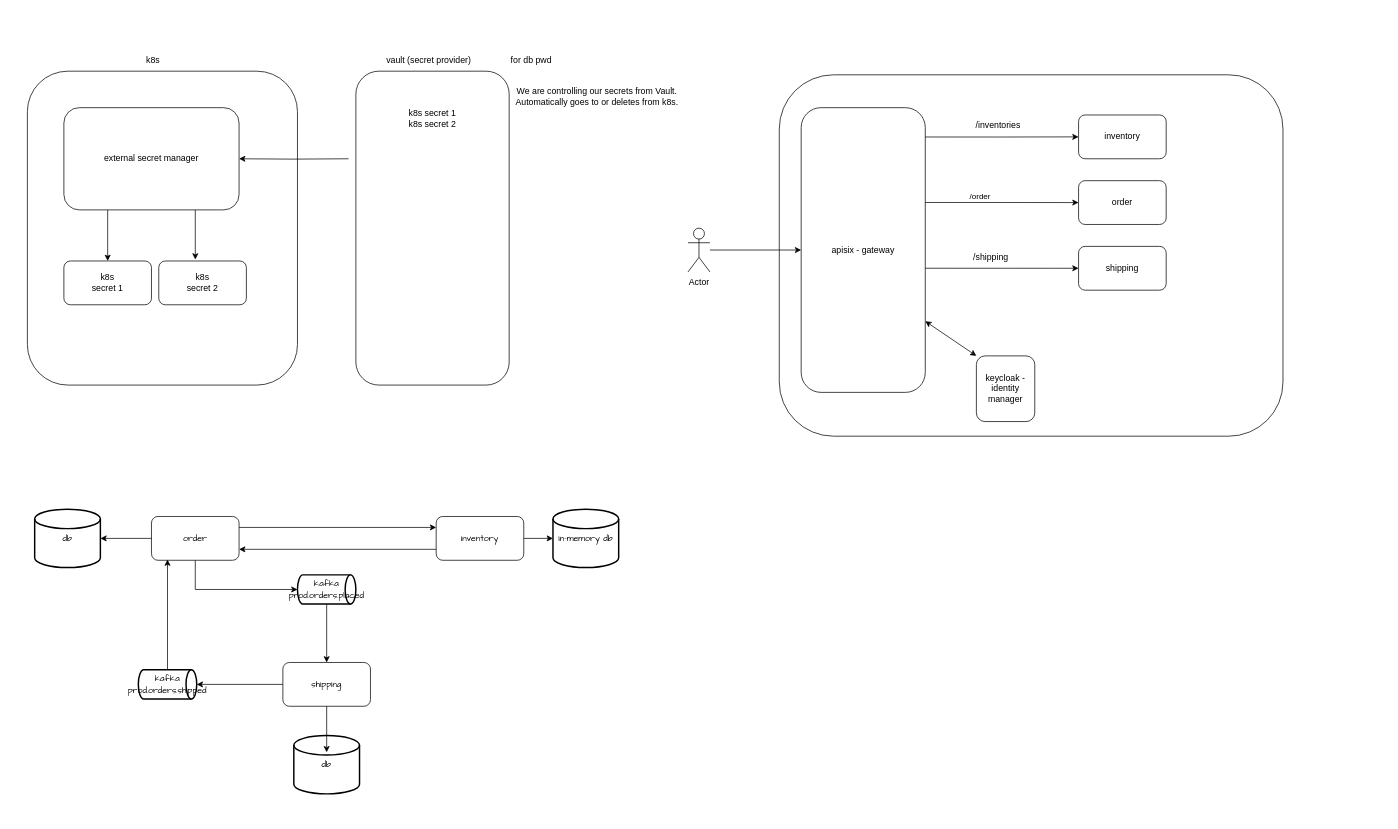
This is arch.drawio from anilbolat/spring-boot-microservices, a draw.io file, before an edit. Source tidied: cells renumbered, new cells numbered last; positions are measured from the earlier drawing's top-left corner, leaving out a move shared by most shapes. Both pictures are drawn from the tidied source at 73%, with x=0, y=0 at pixel (27, 49).
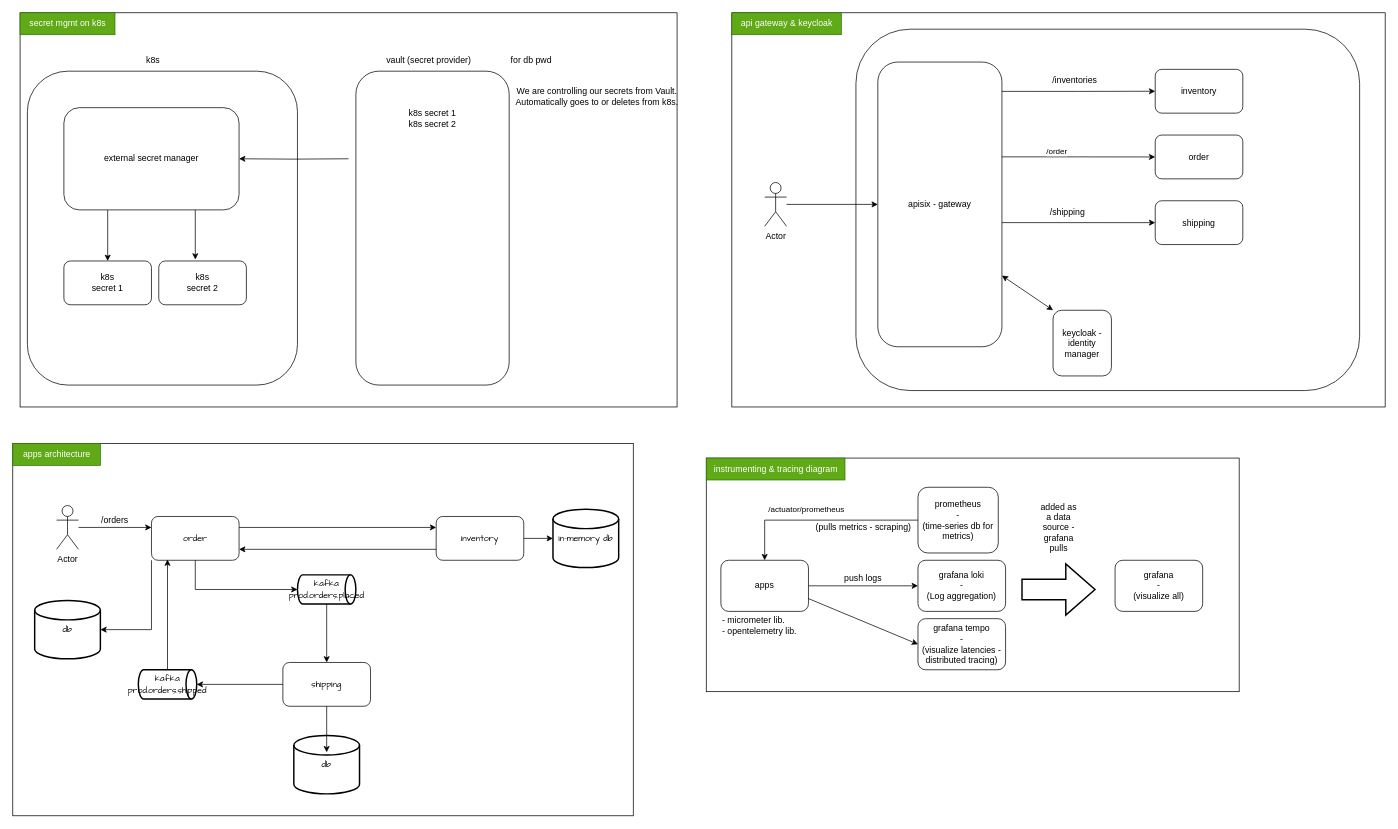
Above is the later version.

The change refers to these unchanged cells:
```xml
<mxCell id="3" value="&lt;font face=&quot;Comic Sans MS&quot;&gt;order&lt;/font&gt;" style="rounded=1;whiteSpace=wrap;html=1;" parent="1" vertex="1">
  <mxGeometry x="170" y="640" width="120" height="60" as="geometry" />
</mxCell>
```

Change to the diagram source:
```diff
@@
+    <mxCell id="47" style="rounded=0;whiteSpace=wrap;html=1;fillColor=none;gradientColor=none;" parent="1" vertex="1">
+      <mxGeometry x="-20" y="540" width="850" height="510" as="geometry" />
+    </mxCell>
+    <mxCell id="48" style="rounded=0;whiteSpace=wrap;html=1;fillColor=none;gradientColor=none;" parent="1" vertex="1">
+      <mxGeometry x="930" y="560" width="730" height="320" as="geometry" />
+    </mxCell>
+    <mxCell id="49" style="rounded=0;whiteSpace=wrap;html=1;fillColor=none;gradientColor=none;" parent="1" vertex="1">
+      <mxGeometry x="965" y="-50" width="895" height="540" as="geometry" />
+    </mxCell>
+    <mxCell id="50" style="rounded=0;whiteSpace=wrap;html=1;fillColor=none;gradientColor=none;" parent="1" vertex="1">
+      <mxGeometry x="-10" y="-50" width="900" height="540" as="geometry" />
+    </mxCell>
@@
     <mxCell id="11" value="&lt;font face=&quot;Comic Sans MS&quot;&gt;db&lt;br&gt;&lt;/font&gt;" style="strokeWidth=2;html=1;shape=mxgraph.flowchart.database;whiteSpace=wrap;" parent="1" vertex="1">
-      <mxGeometry x="10" y="630" width="90" height="80" as="geometry" />
+      <mxGeometry x="10" y="755" width="90" height="80" as="geometry" />
     </mxCell>
-    <mxCell id="12" style="edgeStyle=orthogonalEdgeStyle;rounded=0;jettySize=auto;html=1;entryX=1;entryY=0.5;entryDx=0;entryDy=0;entryPerimeter=0;" parent="1" edge="1" source="3" target="11">
+    <mxCell id="12" style="edgeStyle=orthogonalEdgeStyle;rounded=0;jettySize=auto;html=1;entryX=1;entryY=0.5;entryDx=0;entryDy=0;entryPerimeter=0;exitX=0;exitY=1;exitDx=0;exitDy=0;" parent="1" edge="1" source="3" target="11">
       <mxGeometry relative="1" as="geometry" />
     </mxCell>
@@
     <mxCell id="31" style="rounded=1;whiteSpace=wrap;html=1;" parent="1" vertex="1">
-      <mxGeometry x="1030" y="35" width="690" height="495" as="geometry" />
+      <mxGeometry x="1135" y="-27.5" width="690" height="495" as="geometry" />
     </mxCell>
@@
     <mxCell id="36" value="apisix - gateway" style="rounded=1;whiteSpace=wrap;html=1;arcSize=16;" parent="1" vertex="1">
-      <mxGeometry x="1060" y="80" width="170" height="390" as="geometry" />
+      <mxGeometry x="1165" y="17.5" width="170" height="390" as="geometry" />
     </mxCell>
     <mxCell id="37" value="keycloak - identity manager" style="rounded=1;whiteSpace=wrap;html=1;" parent="1" vertex="1">
-      <mxGeometry x="1300" y="420" width="80" height="90" as="geometry" />
+      <mxGeometry x="1405" y="357.5" width="80" height="90" as="geometry" />
     </mxCell>
     <mxCell id="38" value="inventory" style="rounded=1;whiteSpace=wrap;html=1;" parent="1" vertex="1">
-      <mxGeometry x="1440" y="90" width="120" height="60" as="geometry" />
+      <mxGeometry x="1545" y="27.5" width="120" height="60" as="geometry" />
     </mxCell>
@@
     <mxCell id="40" value="order" style="rounded=1;whiteSpace=wrap;html=1;" parent="1" vertex="1">
-      <mxGeometry x="1440" y="180" width="120" height="60" as="geometry" />
+      <mxGeometry x="1545" y="117.5" width="120" height="60" as="geometry" />
     </mxCell>
     <mxCell id="41" value="shipping" style="rounded=1;whiteSpace=wrap;html=1;" parent="1" vertex="1">
-      <mxGeometry x="1440" y="270" width="120" height="60" as="geometry" />
+      <mxGeometry x="1545" y="207.5" width="120" height="60" as="geometry" />
     </mxCell>
     <mxCell id="42" value="/inventories" style="text;html=1;strokeColor=none;fillColor=none;align=center;verticalAlign=middle;whiteSpace=wrap;rounded=0;" parent="1" vertex="1">
-      <mxGeometry x="1300" y="90" width="60" height="30" as="geometry" />
+      <mxGeometry x="1405" y="27.5" width="60" height="30" as="geometry" />
     </mxCell>
     <mxCell id="43" value="/shipping" style="text;html=1;strokeColor=none;fillColor=none;align=center;verticalAlign=middle;whiteSpace=wrap;rounded=0;" parent="1" vertex="1">
-      <mxGeometry x="1290" y="270" width="60" height="30" as="geometry" />
+      <mxGeometry x="1395" y="207.5" width="60" height="30" as="geometry" />
     </mxCell>
     <mxCell id="44" value="Actor" style="shape=umlActor;verticalLabelPosition=bottom;verticalAlign=top;html=1;outlineConnect=0;" parent="1" vertex="1">
-      <mxGeometry x="905" y="245" width="30" height="60" as="geometry" />
+      <mxGeometry x="1010" y="182.5" width="30" height="60" as="geometry" />
     </mxCell>
@@
+    <mxCell id="51" style="edgeStyle=orthogonalEdgeStyle;rounded=0;jettySize=auto;html=1;entryX=0.5;entryY=0;entryDx=0;entryDy=0;exitX=0;exitY=0.5;exitDx=0;exitDy=0;" parent="1" edge="1" source="55" target="54">
+      <mxGeometry relative="1" as="geometry" />
+    </mxCell>
+    <mxCell id="52" value="/actuator/prometheus" style="edgeLabel;html=1;align=center;verticalAlign=middle;" parent="51" vertex="1">
+      <mxGeometry x="-0.26" y="8" relative="1" as="geometry">
+        <mxPoint x="-56" y="-23" as="offset" />
+      </mxGeometry>
+    </mxCell>
+    <mxCell id="53" style="edgeStyle=orthogonalEdgeStyle;rounded=0;jettySize=auto;html=1;" parent="1" edge="1" source="54" target="61">
+      <mxGeometry relative="1" as="geometry" />
+    </mxCell>
+    <mxCell id="54" value="apps" style="rounded=1;whiteSpace=wrap;html=1;" parent="1" vertex="1">
+      <mxGeometry x="950" y="700" width="120" height="70" as="geometry" />
+    </mxCell>
+    <mxCell id="55" value="prometheus&lt;br&gt;-&lt;br&gt;(time-series db for metrics)" style="rounded=1;whiteSpace=wrap;html=1;" parent="1" vertex="1">
+      <mxGeometry x="1220" y="600" width="110" height="90" as="geometry" />
+    </mxCell>
+    <mxCell id="56" value="grafana&lt;br&gt;-&lt;br&gt;(visualize all)" style="rounded=1;whiteSpace=wrap;html=1;" parent="1" vertex="1">
+      <mxGeometry x="1490" y="700" width="120" height="70" as="geometry" />
+    </mxCell>
+    <mxCell id="57" value="(pulls metrics - scraping)" style="text;html=1;align=center;verticalAlign=middle;strokeColor=none;fillColor=none;" parent="1" vertex="1">
+      <mxGeometry x="1070" y="640" width="150" height="30" as="geometry" />
+    </mxCell>
+    <mxCell id="58" value="instrumenting &amp;amp; tracing diagram" style="text;html=1;align=center;verticalAlign=middle;strokeColor=#2D7600;fillColor=#60a917;fontColor=#ffffff;" parent="1" vertex="1">
+      <mxGeometry x="930" y="560" width="190" height="30" as="geometry" />
+    </mxCell>
+    <mxCell id="59" value="apps architecture" style="text;html=1;align=center;verticalAlign=middle;strokeColor=#2D7600;fillColor=#60a917;fontColor=#ffffff;" parent="1" vertex="1">
+      <mxGeometry x="-20" y="540" width="120" height="30" as="geometry" />
+    </mxCell>
+    <mxCell id="60" value="- micrometer lib.&lt;br&gt;- opentelemetry lib." style="text;html=1;align=left;verticalAlign=middle;strokeColor=none;fillColor=none;" parent="1" vertex="1">
+      <mxGeometry x="950" y="770" width="130" height="40" as="geometry" />
+    </mxCell>
+    <mxCell id="61" value="grafana loki&lt;br&gt;-&lt;br&gt;(Log aggregation)" style="rounded=1;whiteSpace=wrap;html=1;fillColor=default;gradientColor=none;" parent="1" vertex="1">
+      <mxGeometry x="1220" y="700" width="120" height="70" as="geometry" />
+    </mxCell>
+    <mxCell id="62" value="grafana tempo&lt;br&gt;-&lt;br&gt;(visualize&amp;nbsp;latencies - distributed tracing)" style="rounded=1;whiteSpace=wrap;html=1;fillColor=default;gradientColor=none;" parent="1" vertex="1">
+      <mxGeometry x="1220" y="780" width="120" height="70" as="geometry" />
+    </mxCell>
+    <mxCell id="63" style="verticalLabelPosition=bottom;verticalAlign=top;html=1;strokeWidth=2;shape=mxgraph.arrows2.arrow;dy=0.6;dx=40;notch=0;fillColor=none;gradientColor=none;" parent="1" vertex="1">
+      <mxGeometry x="1362.5" y="705" width="100" height="70" as="geometry" />
+    </mxCell>
+    <mxCell id="64" value="secret mgmt on k8s" style="text;html=1;align=center;verticalAlign=middle;strokeColor=#2D7600;fillColor=#60a917;fontColor=#ffffff;" parent="1" vertex="1">
+      <mxGeometry x="-10" y="-50" width="130" height="30" as="geometry" />
+    </mxCell>
+    <mxCell id="65" value="api gateway &amp;amp; keycloak" style="text;html=1;align=center;verticalAlign=middle;strokeColor=#2D7600;fillColor=#60a917;fontColor=#ffffff;" parent="1" vertex="1">
+      <mxGeometry x="965" y="-50" width="150" height="30" as="geometry" />
+    </mxCell>
+    <mxCell id="66" style="endArrow=classic;html=1;rounded=0;entryX=0;entryY=0.5;entryDx=0;entryDy=0;exitX=1;exitY=0.75;exitDx=0;exitDy=0;" parent="1" edge="1" source="54" target="62">
+      <mxGeometry relative="1" as="geometry" />
+    </mxCell>
+    <mxCell id="67" value="push logs" style="text;html=1;strokeColor=none;fillColor=none;align=center;verticalAlign=middle;whiteSpace=wrap;rounded=0;" parent="1" vertex="1">
+      <mxGeometry x="1115" y="710" width="60" height="30" as="geometry" />
+    </mxCell>
+    <mxCell id="68" value="added as a data source - grafana pulls" style="text;html=1;strokeColor=none;fillColor=none;align=center;verticalAlign=middle;whiteSpace=wrap;rounded=0;" parent="1" vertex="1">
+      <mxGeometry x="1382.5" y="640" width="60" height="30" as="geometry" />
+    </mxCell>
+    <mxCell id="69" style="edgeStyle=orthogonalEdgeStyle;rounded=0;jettySize=auto;html=1;entryX=0;entryY=0.25;entryDx=0;entryDy=0;" parent="1" edge="1" source="70" target="3">
+      <mxGeometry relative="1" as="geometry" />
+    </mxCell>
+    <mxCell id="70" value="Actor" style="shape=umlActor;verticalLabelPosition=bottom;verticalAlign=top;html=1;outlineConnect=0;" parent="1" vertex="1">
+      <mxGeometry x="40" y="625" width="30" height="60" as="geometry" />
+    </mxCell>
+    <mxCell id="71" value="/orders" style="text;html=1;strokeColor=none;fillColor=none;align=center;verticalAlign=middle;whiteSpace=wrap;rounded=0;" parent="1" vertex="1">
+      <mxGeometry x="90" y="630" width="60" height="30" as="geometry" />
+    </mxCell>
```
